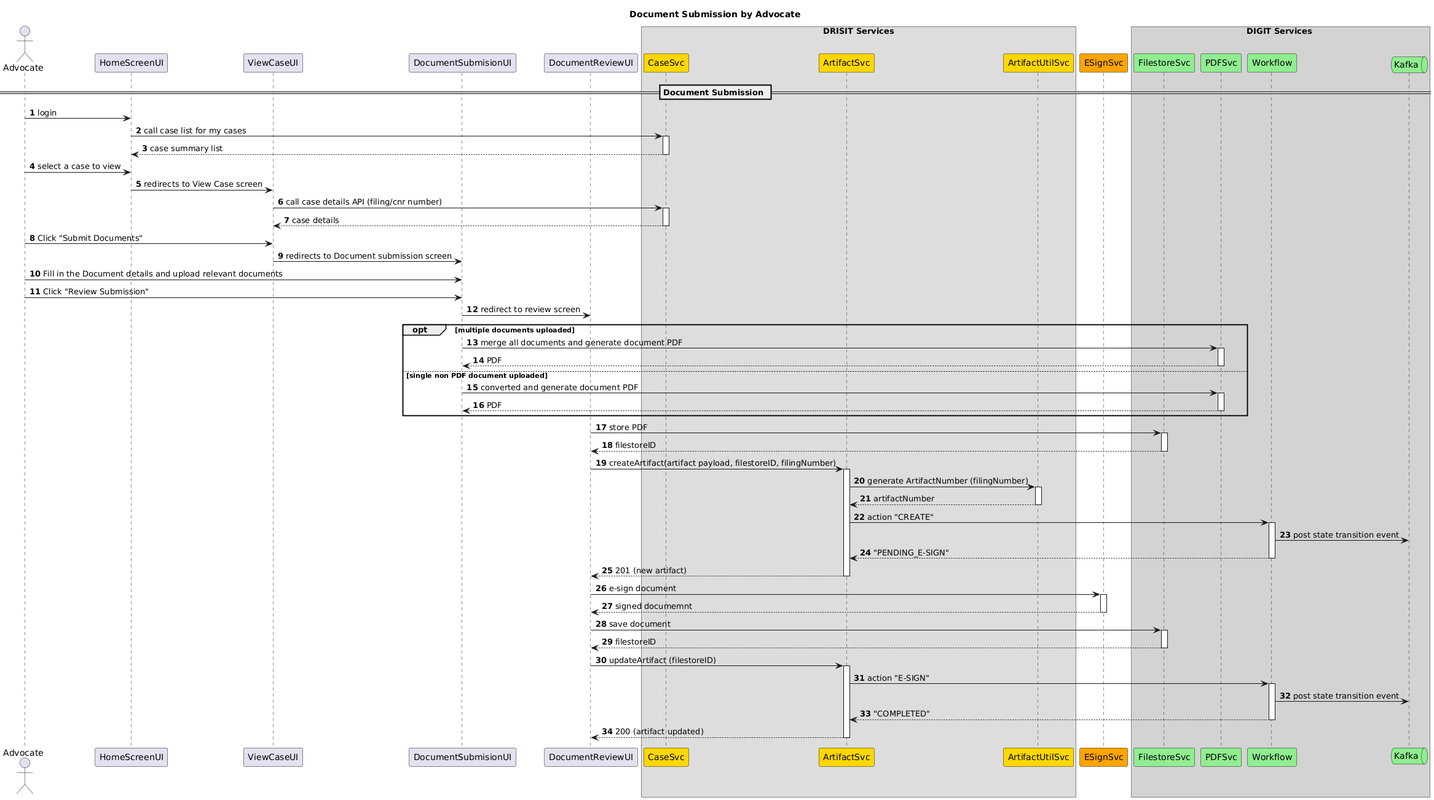
pucardotorg/dristi keeps this PlantUML diagram as docs/UI_Sequence_Diagrams/DocumentSubmission/Diagrams/Advocate_Document_Submission.png. Above is the earlier version.
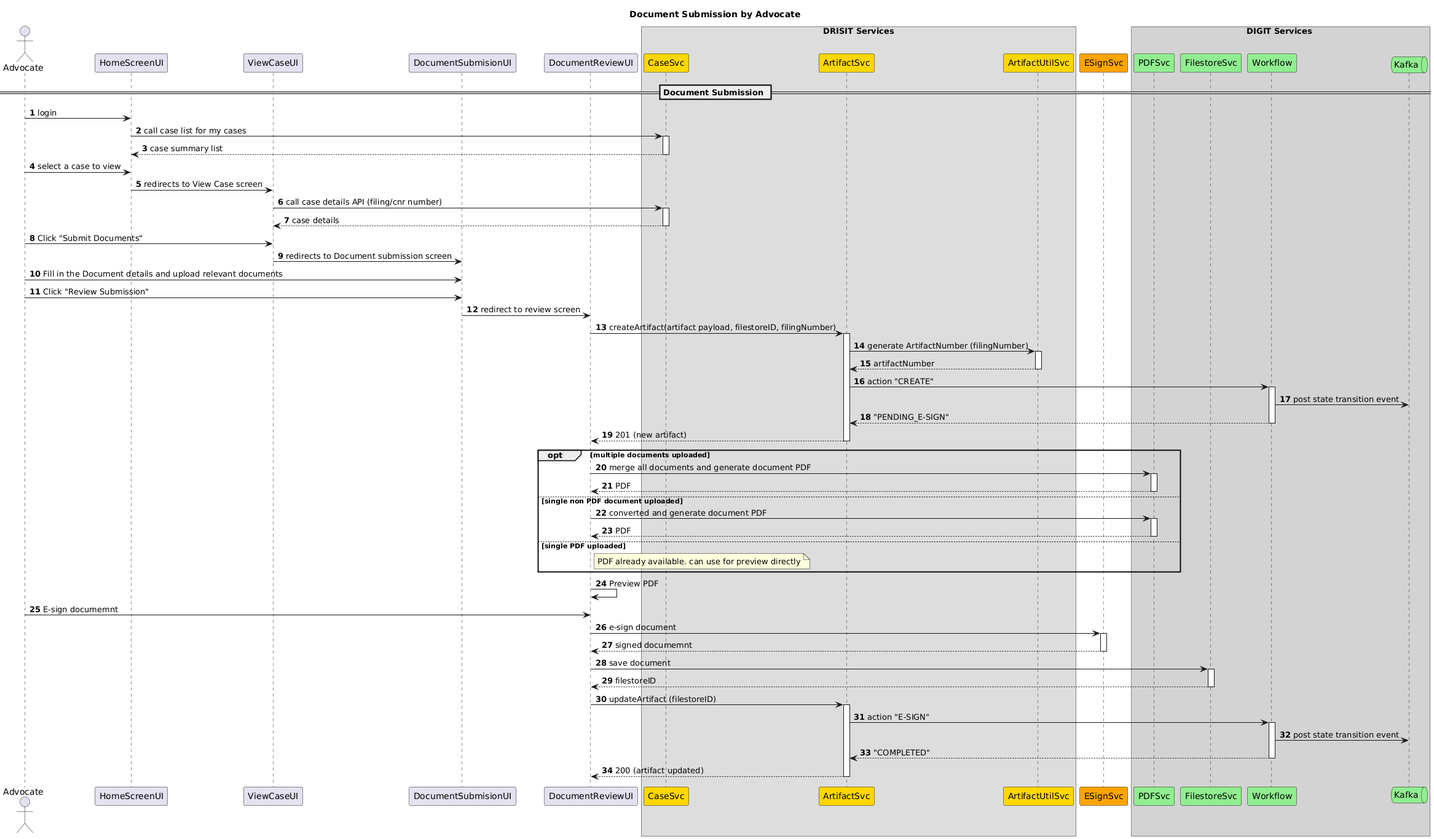
Later version of the same file.

Commit message:
update application submission for CMP number. Also updated document submission for overall flow

What changed in the source:
```diff
@@ -21,8 +21,8 @@
 participant ESignSvc as ES #orange
 
 box DIGIT Services #lightgray
+participant PDFSvc as PS #lightgreen
 participant FilestoreSvc as FS #lightgreen
-participant PDFSvc as PS #lightgreen
 participant Workflow as W #lightgreen
 queue Kafka as K #lightgreen
 end box
@@ -40,15 +40,6 @@
 A->DU: Fill in the Document details and upload relevant documents
 A->DU: Click "Review Submission"
 DU->DRU: redirect to review screen
-opt multiple documents uploaded
-DU->PS++: merge all documents and generate document PDF
-return PDF
-else single non PDF document uploaded
-DU->PS++: converted and generate document PDF
-return PDF
-end
-DRU->FS++: store PDF
-return filestoreID
 DRU->ARS++: createArtifact(artifact payload, filestoreID, filingNumber)
 ARS->ARUS++: generate ArtifactNumber (filingNumber)
 return artifactNumber
@@ -56,7 +47,17 @@
 W->K: post state transition event
 return "PENDING_E-SIGN"
 return 201 (new artifact)
-
+opt multiple documents uploaded
+DRU->PS++: merge all documents and generate document PDF
+return PDF
+else single non PDF document uploaded
+DRU->PS++: converted and generate document PDF
+return PDF
+else single PDF uploaded
+note right of DRU: PDF already available. can use for preview directly
+end
+DRU->DRU: Preview PDF
+A->DRU: E-sign documemnt
 DRU->ES++: e-sign document
 return signed documemnt
 DRU->FS++: save document
```
